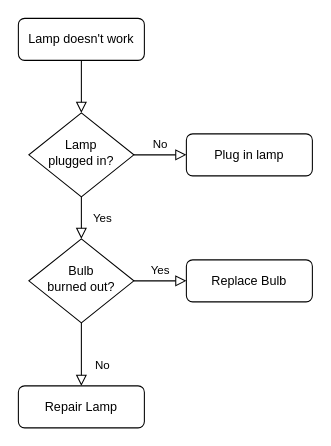
kevinhuo88888/YXERP keeps this draw.io diagram as Untitled Diagram.drawio. Above is the earlier version. Source tidied: cells renumbered, new cells numbered last; positions are measured from the earlier drawing's top-left corner, leaving out a move shared by most shapes. Both pictures are drawn from the tidied source at 105%, with x=0, y=0 at pixel (18, 18).
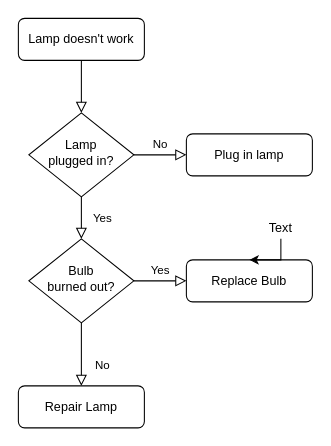
The same page after the edit.

Change to the diagram source:
```diff
@@
 <mxGraphModel>
   <root>
     <mxCell id="0" />
     <mxCell id="1" parent="0" />
     <mxCell id="2" style="rounded=0;html=1;jettySize=auto;fontSize=11;endArrow=block;endFill=0;endSize=8;strokeWidth=1;shadow=0;labelBackgroundColor=none;edgeStyle=orthogonalEdgeStyle;" parent="1" edge="1" source="3" target="6">
       <mxGeometry relative="1" as="geometry" />
     </mxCell>
     <mxCell id="3" value="Lamp doesn't work" style="rounded=1;whiteSpace=wrap;html=1;fontSize=12;glass=0;strokeWidth=1;shadow=0;" parent="1" vertex="1">
       <mxGeometry width="120" height="40" as="geometry" />
     </mxCell>
     <mxCell id="4" value="Yes" style="rounded=0;html=1;jettySize=auto;fontSize=11;endArrow=block;endFill=0;endSize=8;strokeWidth=1;shadow=0;labelBackgroundColor=none;edgeStyle=orthogonalEdgeStyle;" parent="1" edge="1" source="6" target="10">
       <mxGeometry y="20" relative="1" as="geometry" />
     </mxCell>
     <mxCell id="5" value="No" style="edgeStyle=orthogonalEdgeStyle;rounded=0;html=1;jettySize=auto;fontSize=11;endArrow=block;endFill=0;endSize=8;strokeWidth=1;shadow=0;labelBackgroundColor=none;" parent="1" edge="1" source="6" target="7">
       <mxGeometry y="10" relative="1" as="geometry" />
     </mxCell>
     <mxCell id="6" value="Lamp&lt;br&gt;plugged in?" style="rhombus;whiteSpace=wrap;html=1;shadow=0;fontFamily=Helvetica;fontSize=12;align=center;strokeWidth=1;spacing=6;spacingTop=-4;" parent="1" vertex="1">
       <mxGeometry x="10" y="90" width="100" height="80" as="geometry" />
     </mxCell>
     <mxCell id="7" value="Plug in lamp" style="rounded=1;whiteSpace=wrap;html=1;fontSize=12;glass=0;strokeWidth=1;shadow=0;" parent="1" vertex="1">
       <mxGeometry x="160" y="110" width="120" height="40" as="geometry" />
     </mxCell>
     <mxCell id="8" value="No" style="rounded=0;html=1;jettySize=auto;fontSize=11;endArrow=block;endFill=0;endSize=8;strokeWidth=1;shadow=0;labelBackgroundColor=none;edgeStyle=orthogonalEdgeStyle;" parent="1" edge="1" source="10" target="11">
       <mxGeometry x="0.33" y="20" relative="1" as="geometry" />
     </mxCell>
     <mxCell id="9" value="Yes" style="edgeStyle=orthogonalEdgeStyle;rounded=0;html=1;jettySize=auto;fontSize=11;endArrow=block;endFill=0;endSize=8;strokeWidth=1;shadow=0;labelBackgroundColor=none;" parent="1" edge="1" source="10" target="12">
       <mxGeometry y="10" relative="1" as="geometry" />
     </mxCell>
     <mxCell id="10" value="Bulb&lt;br&gt;burned out?" style="rhombus;whiteSpace=wrap;html=1;shadow=0;fontFamily=Helvetica;fontSize=12;align=center;strokeWidth=1;spacing=6;spacingTop=-4;" parent="1" vertex="1">
       <mxGeometry x="10" y="210" width="100" height="80" as="geometry" />
     </mxCell>
     <mxCell id="11" value="Repair Lamp" style="rounded=1;whiteSpace=wrap;html=1;fontSize=12;glass=0;strokeWidth=1;shadow=0;" parent="1" vertex="1">
       <mxGeometry y="350" width="120" height="40" as="geometry" />
     </mxCell>
     <mxCell id="12" value="Replace Bulb" style="rounded=1;whiteSpace=wrap;html=1;fontSize=12;glass=0;strokeWidth=1;shadow=0;" parent="1" vertex="1">
       <mxGeometry x="160" y="230" width="120" height="40" as="geometry" />
     </mxCell>
+    <mxCell id="13" style="edgeStyle=orthogonalEdgeStyle;rounded=0;jettySize=auto;html=1;" parent="1" edge="1" source="14" target="12">
+      <mxGeometry relative="1" as="geometry" />
+    </mxCell>
+    <mxCell id="14" value="Text" style="text;html=1;strokeColor=none;fillColor=none;align=center;verticalAlign=middle;whiteSpace=wrap;rounded=0;" parent="1" vertex="1">
+      <mxGeometry x="230" y="190" width="40" height="20" as="geometry" />
+    </mxCell>
   </root>
 </mxGraphModel>
```
